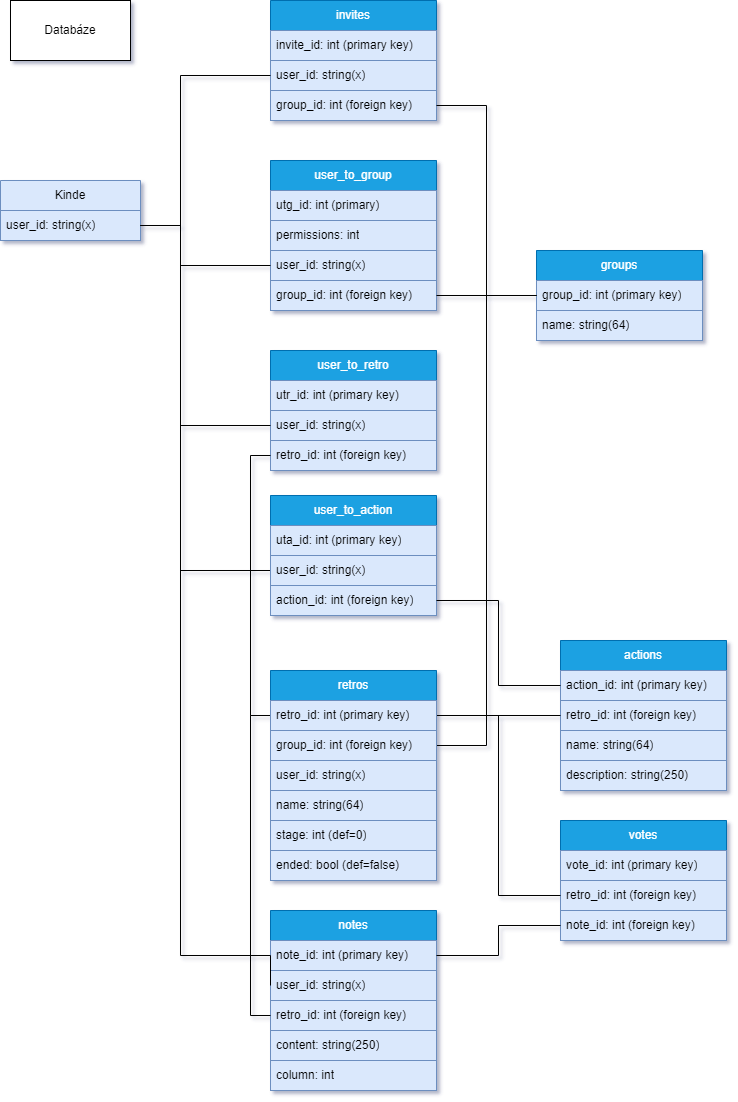
ProjNull/Praeteritum keeps this draw.io diagram as backend/app/database/schemes/Praeterium_DB_scheme.png. Above is the earlier version. Source tidied: cells renumbered, new cells last; positions are measured from the earlier drawing's top-left corner, leaving out a move shared by most shapes.
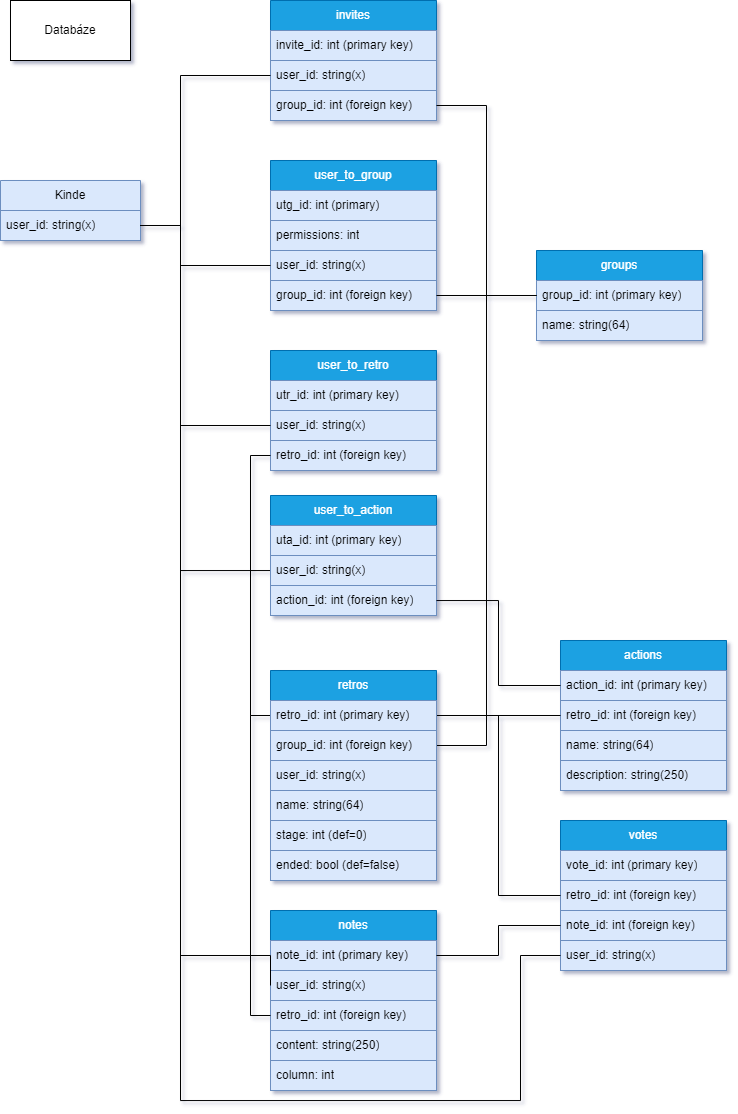
After the commit.

Change to the diagram source:
```diff
@@ -120,7 +120,7 @@
       </mxGeometry>
     </mxCell>
     <mxCell id="36" value="votes" style="swimlane;fontStyle=0;horizontal=1;startSize=30;whiteSpace=wrap;html=1;fillColor=#1ba1e2;fontColor=#ffffff;strokeColor=#006EAF;" parent="1" vertex="1">
-      <mxGeometry x="560" y="820" width="166" height="120" as="geometry" />
+      <mxGeometry x="560" y="820" width="166" height="150" as="geometry" />
     </mxCell>
     <mxCell id="37" value="vote_id: int (primary key)" style="text;strokeColor=#6c8ebf;fillColor=#dae8fc;align=left;verticalAlign=middle;spacingLeft=4;spacingRight=4;overflow=hidden;whiteSpace=wrap;html=1;" parent="36" vertex="1">
       <mxGeometry y="30" width="166" height="30" as="geometry" />
@@ -131,6 +131,9 @@
     <mxCell id="39" value="note_id: int (foreign&amp;nbsp;key)" style="text;strokeColor=#6c8ebf;fillColor=#dae8fc;align=left;verticalAlign=middle;spacingLeft=4;spacingRight=4;overflow=hidden;points=[[0,0.5],[1,0.5]];portConstraint=eastwest;whiteSpace=wrap;html=1;" parent="36" vertex="1">
       <mxGeometry y="90" width="166" height="30" as="geometry" />
     </mxCell>
+    <mxCell id="61" value="user_id: string(x)" style="text;strokeColor=#6c8ebf;fillColor=#dae8fc;align=left;verticalAlign=middle;spacingLeft=4;spacingRight=4;overflow=hidden;points=[[0,0.5],[1,0.5]];portConstraint=eastwest;whiteSpace=wrap;html=1;" parent="36" vertex="1">
+      <mxGeometry y="120" width="166" height="30" as="geometry" />
+    </mxCell>
     <mxCell id="40" style="edgeStyle=orthogonalEdgeStyle;rounded=0;jettySize=auto;html=1;startArrow=none;startFill=0;endArrow=none;endFill=0;" parent="1" edge="1" source="44" target="28">
       <mxGeometry relative="1" as="geometry">
         <Array as="points">
@@ -204,5 +207,15 @@
     <mxCell id="60" style="edgeStyle=orthogonalEdgeStyle;rounded=0;jettySize=auto;html=1;startArrow=none;startFill=0;endArrow=none;endFill=0;" parent="1" edge="1" source="10" target="58">
       <mxGeometry relative="1" as="geometry" />
     </mxCell>
+    <mxCell id="62" style="edgeStyle=orthogonalEdgeStyle;rounded=0;jettySize=auto;html=1;entryX=1;entryY=0.5;entryDx=0;entryDy=0;startArrow=none;startFill=0;endArrow=none;endFill=0;exitX=0;exitY=0.5;exitDx=0;exitDy=0;" parent="1" edge="1" source="61" target="28">
+      <mxGeometry relative="1" as="geometry">
+        <Array as="points">
+          <mxPoint x="520" y="955" />
+          <mxPoint x="520" y="1100" />
+          <mxPoint x="180" y="1100" />
+          <mxPoint x="180" y="225" />
+        </Array>
+      </mxGeometry>
+    </mxCell>
   </root>
 </mxGraphModel>
```
